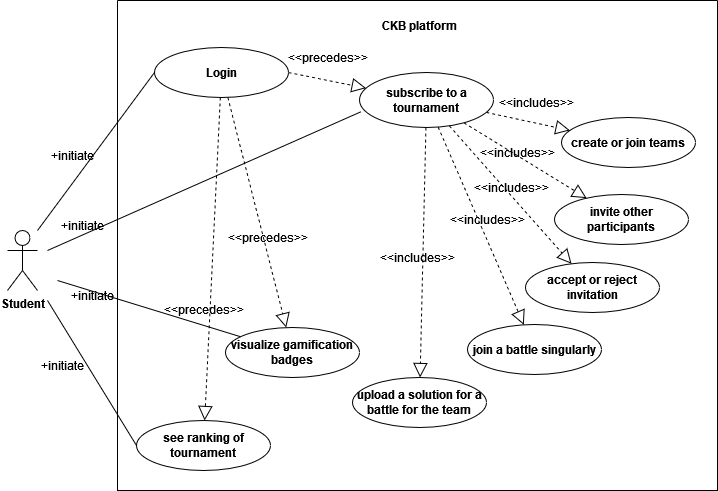
Before: RASD/LaTeX/Images/UCD_student.png, a diagram exported from draw.io (federico-zanca/SE2-RDD-ZancaCostantiniZhuge). Source tidied: cells renumbered, new cells last; positions are measured from the earlier drawing's top-left corner, leaving out a move shared by most shapes.
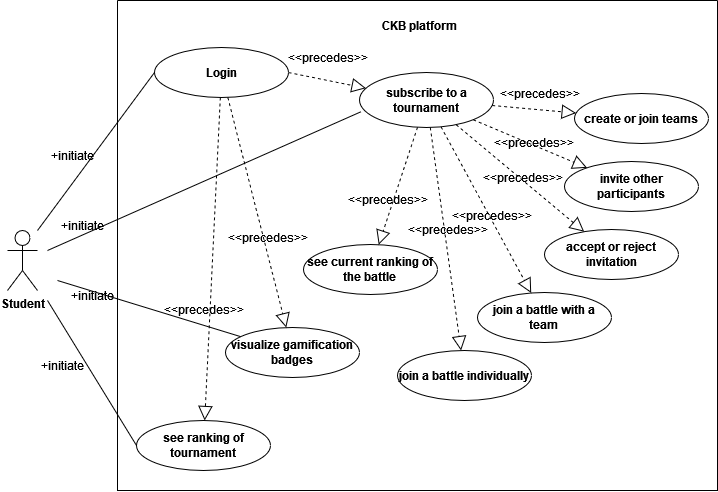
The same file after the commit.

What changed in the source:
```diff
@@ -21,22 +21,19 @@
       <mxGeometry x="242" y="72" width="134" height="55" as="geometry" />
     </mxCell>
     <mxCell id="8" value="&lt;b&gt;create or join teams&lt;/b&gt;" style="ellipse;whiteSpace=wrap;html=1;" parent="3" vertex="1">
-      <mxGeometry x="444" y="117" width="134" height="50" as="geometry" />
+      <mxGeometry x="457" y="93" width="134" height="50" as="geometry" />
     </mxCell>
-    <mxCell id="9" value="&lt;b&gt;join a battle singularly&lt;/b&gt;" style="ellipse;whiteSpace=wrap;html=1;" parent="3" vertex="1">
-      <mxGeometry x="350" y="324" width="134" height="50" as="geometry" />
+    <mxCell id="9" value="&lt;b&gt;join a battle with a team&lt;br&gt;&lt;/b&gt;" style="ellipse;whiteSpace=wrap;html=1;" parent="3" vertex="1">
+      <mxGeometry x="360" y="292" width="134" height="50" as="geometry" />
     </mxCell>
-    <mxCell id="10" value="&lt;div&gt;&lt;b&gt;upload a solution for a battle for the team&lt;/b&gt;&lt;/div&gt;" style="ellipse;whiteSpace=wrap;html=1;" parent="3" vertex="1">
-      <mxGeometry x="235" y="377" width="134" height="50" as="geometry" />
-    </mxCell>
     <mxCell id="11" value="&lt;b&gt;see ranking of tournament&lt;/b&gt;" style="ellipse;whiteSpace=wrap;html=1;" parent="3" vertex="1">
       <mxGeometry x="19" y="420" width="134" height="50" as="geometry" />
     </mxCell>
     <mxCell id="12" value="&lt;b&gt;accept or reject invitation&lt;/b&gt;" style="ellipse;whiteSpace=wrap;html=1;" parent="3" vertex="1">
-      <mxGeometry x="408" y="262" width="134" height="50" as="geometry" />
+      <mxGeometry x="427" y="229" width="134" height="50" as="geometry" />
     </mxCell>
     <mxCell id="13" value="&lt;b&gt;invite other participants&lt;/b&gt;" style="ellipse;whiteSpace=wrap;html=1;" parent="3" vertex="1">
-      <mxGeometry x="437" y="194" width="134" height="50" as="geometry" />
+      <mxGeometry x="447" y="161" width="134" height="50" as="geometry" />
     </mxCell>
     <mxCell id="14" style="endArrow=none;html=1;rounded=0;entryX=0.011;entryY=0.714;entryDx=0;entryDy=0;entryPerimeter=0;" parent="3" edge="1" target="7">
       <mxGeometry relative="1" as="geometry">
@@ -57,29 +54,23 @@
     <mxCell id="18" style="endArrow=block;dashed=1;endFill=0;endSize=12;html=1;rounded=0;" parent="3" edge="1" source="7" target="12">
       <mxGeometry relative="1" as="geometry" />
     </mxCell>
-    <mxCell id="19" style="endArrow=block;dashed=1;endFill=0;endSize=12;html=1;rounded=0;" parent="3" edge="1" source="7" target="10">
-      <mxGeometry relative="1" as="geometry" />
-    </mxCell>
     <mxCell id="20" value="&amp;lt;&amp;lt;precedes&amp;gt;&amp;gt;" style="text;html=1;align=center;verticalAlign=middle;strokeColor=none;fillColor=none;" parent="3" vertex="1">
       <mxGeometry x="160" y="42" width="100" height="30" as="geometry" />
     </mxCell>
-    <mxCell id="21" value="&amp;lt;&amp;lt;includes&amp;gt;&amp;gt;" style="text;html=1;align=center;verticalAlign=middle;strokeColor=none;fillColor=none;" parent="3" vertex="1">
-      <mxGeometry x="369" y="87" width="100" height="30" as="geometry" />
+    <mxCell id="21" value="&amp;lt;&amp;lt;precedes&amp;gt;&amp;gt;" style="text;html=1;align=center;verticalAlign=middle;strokeColor=none;fillColor=none;" parent="3" vertex="1">
+      <mxGeometry x="372" y="78" width="100" height="30" as="geometry" />
     </mxCell>
-    <mxCell id="22" value="&amp;lt;&amp;lt;includes&amp;gt;&amp;gt;" style="text;html=1;align=center;verticalAlign=middle;strokeColor=none;fillColor=none;" parent="3" vertex="1">
-      <mxGeometry x="250" y="242" width="100" height="30" as="geometry" />
-    </mxCell>
     <mxCell id="23" style="endArrow=block;dashed=1;endFill=0;endSize=12;html=1;rounded=0;" parent="3" edge="1" source="7" target="9">
       <mxGeometry relative="1" as="geometry" />
     </mxCell>
-    <mxCell id="24" value="&amp;lt;&amp;lt;includes&amp;gt;&amp;gt;" style="text;html=1;align=center;verticalAlign=middle;strokeColor=none;fillColor=none;" parent="3" vertex="1">
-      <mxGeometry x="344" y="172" width="100" height="30" as="geometry" />
+    <mxCell id="24" value="&amp;lt;&amp;lt;precedes&amp;gt;&amp;gt;" style="text;html=1;align=center;verticalAlign=middle;strokeColor=none;fillColor=none;" parent="3" vertex="1">
+      <mxGeometry x="355" y="162" width="100" height="30" as="geometry" />
     </mxCell>
-    <mxCell id="25" value="&amp;lt;&amp;lt;includes&amp;gt;&amp;gt;" style="text;html=1;align=center;verticalAlign=middle;strokeColor=none;fillColor=none;" parent="3" vertex="1">
-      <mxGeometry x="350" y="137" width="100" height="30" as="geometry" />
+    <mxCell id="25" value="&amp;lt;&amp;lt;precedes&amp;gt;&amp;gt;" style="text;html=1;align=center;verticalAlign=middle;strokeColor=none;fillColor=none;" parent="3" vertex="1">
+      <mxGeometry x="366" y="127" width="100" height="30" as="geometry" />
     </mxCell>
-    <mxCell id="26" value="&amp;lt;&amp;lt;includes&amp;gt;&amp;gt;" style="text;html=1;align=center;verticalAlign=middle;strokeColor=none;fillColor=none;" parent="3" vertex="1">
-      <mxGeometry x="320" y="204" width="100" height="30" as="geometry" />
+    <mxCell id="26" value="&amp;lt;&amp;lt;precedes&amp;gt;&amp;gt;" style="text;html=1;align=center;verticalAlign=middle;strokeColor=none;fillColor=none;" parent="3" vertex="1">
+      <mxGeometry x="324" y="200" width="100" height="30" as="geometry" />
     </mxCell>
     <mxCell id="27" style="endArrow=block;dashed=1;endFill=0;endSize=12;html=1;rounded=0;" parent="3" edge="1" source="4" target="11">
       <mxGeometry relative="1" as="geometry" />
@@ -96,6 +87,24 @@
     <mxCell id="31" value="&amp;lt;&amp;lt;precedes&amp;gt;&amp;gt;" style="text;html=1;align=center;verticalAlign=middle;strokeColor=none;fillColor=none;" parent="3" vertex="1">
       <mxGeometry x="100" y="222" width="100" height="30" as="geometry" />
     </mxCell>
+    <mxCell id="39" value="&lt;b&gt;see current ranking of the battle&lt;br&gt;&lt;/b&gt;" style="ellipse;whiteSpace=wrap;html=1;" parent="3" vertex="1">
+      <mxGeometry x="186" y="244" width="134" height="50" as="geometry" />
+    </mxCell>
+    <mxCell id="40" style="endArrow=block;dashed=1;endFill=0;endSize=12;html=1;rounded=0;" parent="3" edge="1" source="7" target="39">
+      <mxGeometry relative="1" as="geometry" />
+    </mxCell>
+    <mxCell id="41" value="&amp;lt;&amp;lt;precedes&amp;gt;&amp;gt;" style="text;html=1;align=center;verticalAlign=middle;strokeColor=none;fillColor=none;" parent="3" vertex="1">
+      <mxGeometry x="220" y="184" width="100" height="30" as="geometry" />
+    </mxCell>
+    <mxCell id="42" value="&lt;b&gt;join a battle individually&lt;br&gt;&lt;/b&gt;" style="ellipse;whiteSpace=wrap;html=1;" parent="3" vertex="1">
+      <mxGeometry x="280" y="350" width="134" height="50" as="geometry" />
+    </mxCell>
+    <mxCell id="43" style="endArrow=block;dashed=1;endFill=0;endSize=12;html=1;rounded=0;" parent="3" edge="1" source="7" target="42">
+      <mxGeometry relative="1" as="geometry" />
+    </mxCell>
+    <mxCell id="44" value="&amp;lt;&amp;lt;precedes&amp;gt;&amp;gt;" style="text;html=1;align=center;verticalAlign=middle;strokeColor=none;fillColor=none;" parent="3" vertex="1">
+      <mxGeometry x="280" y="214" width="100" height="30" as="geometry" />
+    </mxCell>
     <mxCell id="32" value="+initiate" style="text;html=1;align=center;verticalAlign=middle;strokeColor=none;fillColor=none;" parent="1" vertex="1">
       <mxGeometry x="30" y="140" width="70" height="30" as="geometry" />
     </mxCell>
```
